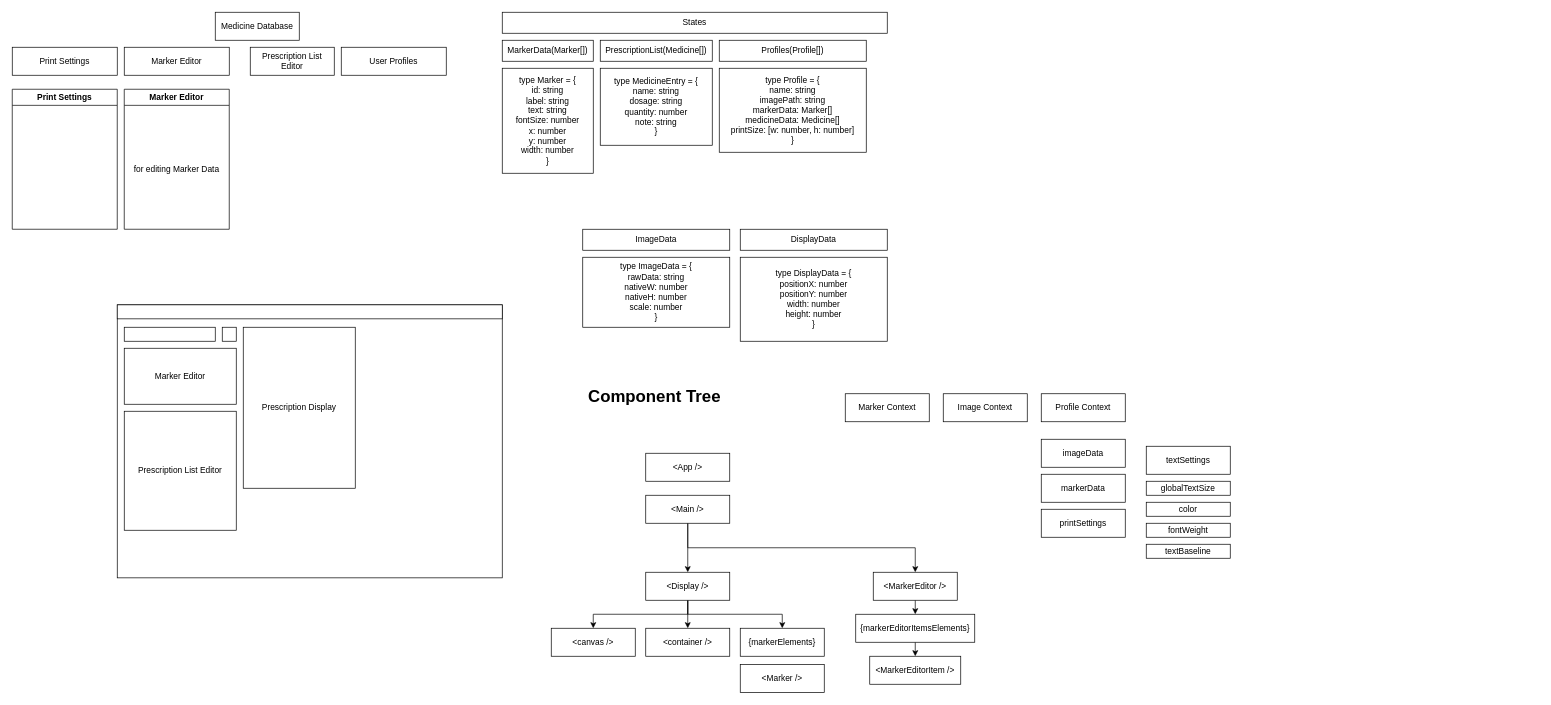
Earlier version of the draw.io diagram page "Structure" (2 of 5) of flowchart.drawio (jogaleon/prescription-writing-react-ts). Source tidied: cells renumbered, new cells numbered last; positions are measured from the earlier drawing's top-left corner, leaving out a move shared by most shapes. Both pictures are drawn from the tidied source at 70%, with x=0, y=0 at pixel (12, 12).
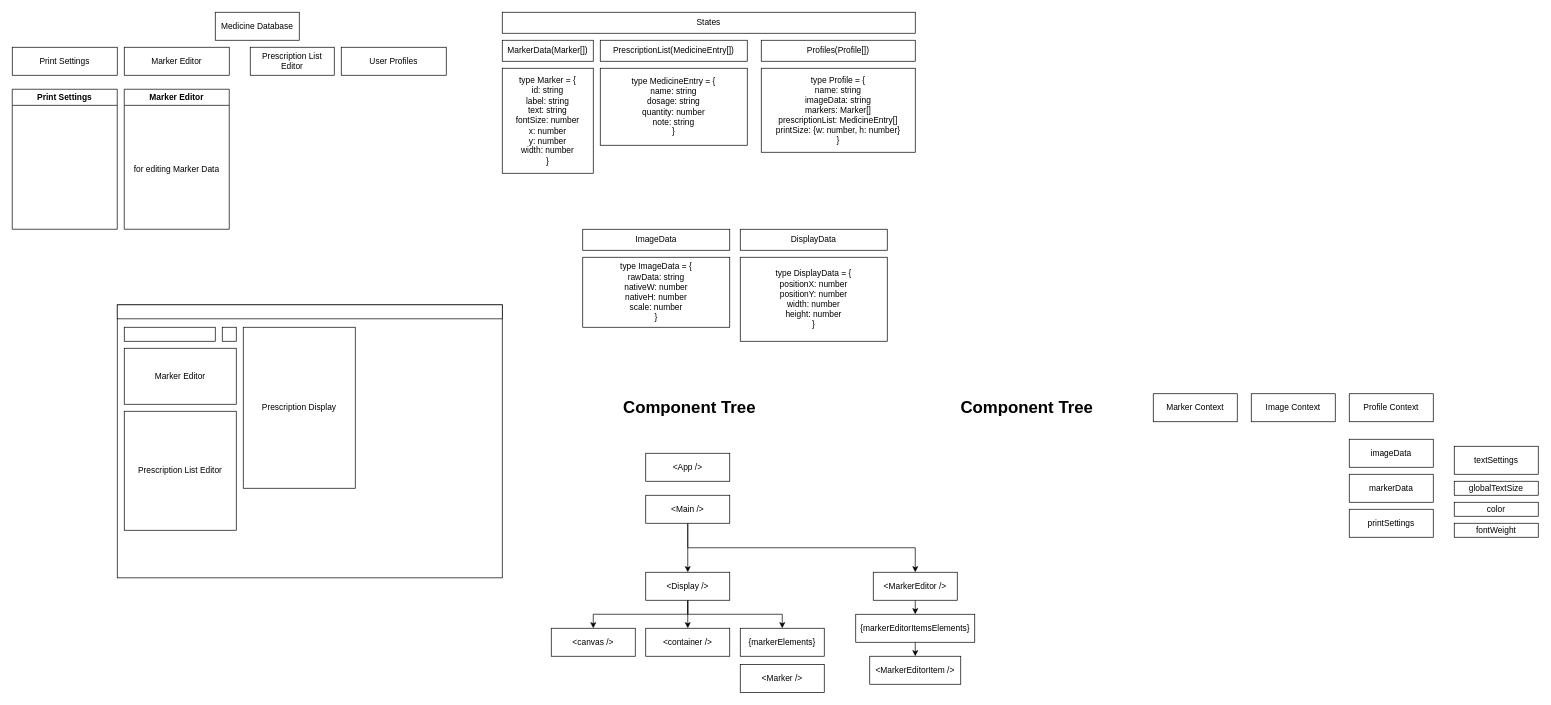
After the change.

Commit message (it also covers changes not shown here):
Initial profile context setup

The edit, as a diff of the source:
```diff
@@
     <mxCell id="3" value="States" style="rounded=0;whiteSpace=wrap;html=1;" parent="1" vertex="1">
-      <mxGeometry x="700" width="550" height="30" as="geometry" />
+      <mxGeometry x="700" width="590" height="30" as="geometry" />
     </mxCell>
@@
-    <mxCell id="8" value="PrescriptionList(Medicine[])" style="rounded=0;whiteSpace=wrap;html=1;" parent="1" vertex="1">
-      <mxGeometry x="840" y="40" width="160" height="30" as="geometry" />
+    <mxCell id="8" value="PrescriptionList(MedicineEntry[])" style="rounded=0;whiteSpace=wrap;html=1;" parent="1" vertex="1">
+      <mxGeometry x="840" y="40" width="210" height="30" as="geometry" />
     </mxCell>
     <mxCell id="9" value="type MedicineEntry = {&lt;br&gt;name: string&lt;br&gt;dosage: string&lt;br&gt;quantity: number&lt;br&gt;note: string&lt;br&gt;}" style="rounded=0;whiteSpace=wrap;html=1;" parent="1" vertex="1">
-      <mxGeometry x="840" y="80" width="160" height="110" as="geometry" />
+      <mxGeometry x="840" y="80" width="210" height="110" as="geometry" />
     </mxCell>
@@
-    <mxCell id="12" value="type Profile = {&lt;br&gt;name: string&lt;br&gt;imagePath: string&lt;br&gt;markerData: Marker[]&lt;br&gt;medicineData: Medicine[]&lt;br&gt;printSize: [w: number, h: number]&lt;br&gt;}" style="rounded=0;whiteSpace=wrap;html=1;" parent="1" vertex="1">
-      <mxGeometry x="1010" y="80" width="210" height="120" as="geometry" />
+    <mxCell id="12" value="type Profile = {&lt;br&gt;name: string&lt;br&gt;imageData: string&lt;br&gt;markers: Marker[]&lt;br&gt;prescriptionList: MedicineEntry[]&lt;br&gt;printSize: {w: number, h: number}&lt;br&gt;}" style="rounded=0;whiteSpace=wrap;html=1;" parent="1" vertex="1">
+      <mxGeometry x="1070" y="80" width="220" height="120" as="geometry" />
     </mxCell>
@@
     <mxCell id="14" value="Profiles(Profile[])" style="rounded=0;whiteSpace=wrap;html=1;" parent="1" vertex="1">
-      <mxGeometry x="1010" y="40" width="210" height="30" as="geometry" />
+      <mxGeometry x="1070" y="40" width="220" height="30" as="geometry" />
     </mxCell>
@@
     <mxCell id="28" value="&lt;h1&gt;Component Tree&lt;/h1&gt;" style="text;html=1;strokeColor=none;fillColor=none;spacing=5;spacingTop=-20;whiteSpace=wrap;overflow=hidden;rounded=0;" parent="1" vertex="1">
-      <mxGeometry x="817.5" y="530" width="315" height="120" as="geometry" />
+      <mxGeometry x="867.5" y="545" width="202.5" height="40" as="geometry" />
     </mxCell>
@@
     <mxCell id="46" value="Marker Context" style="rounded=0;whiteSpace=wrap;html=1;" parent="1" vertex="1">
-      <mxGeometry x="1190" y="545" width="120" height="40" as="geometry" />
+      <mxGeometry x="1630" y="545" width="120" height="40" as="geometry" />
     </mxCell>
     <mxCell id="47" value="Image Context" style="rounded=0;whiteSpace=wrap;html=1;" parent="1" vertex="1">
-      <mxGeometry x="1330" y="545" width="120" height="40" as="geometry" />
+      <mxGeometry x="1770" y="545" width="120" height="40" as="geometry" />
     </mxCell>
     <mxCell id="48" value="Profile Context" style="rounded=0;whiteSpace=wrap;html=1;" parent="1" vertex="1">
-      <mxGeometry x="1470" y="545" width="120" height="40" as="geometry" />
+      <mxGeometry x="1910" y="545" width="120" height="40" as="geometry" />
     </mxCell>
     <mxCell id="49" value="imageData" style="rounded=0;whiteSpace=wrap;html=1;" parent="1" vertex="1">
-      <mxGeometry x="1470" y="610" width="120" height="40" as="geometry" />
+      <mxGeometry x="1910" y="610" width="120" height="40" as="geometry" />
     </mxCell>
     <mxCell id="50" value="markerData" style="rounded=0;whiteSpace=wrap;html=1;" parent="1" vertex="1">
-      <mxGeometry x="1470" y="660" width="120" height="40" as="geometry" />
+      <mxGeometry x="1910" y="660" width="120" height="40" as="geometry" />
     </mxCell>
     <mxCell id="51" value="textSettings" style="rounded=0;whiteSpace=wrap;html=1;" parent="1" vertex="1">
-      <mxGeometry x="1620" y="620" width="120" height="40" as="geometry" />
+      <mxGeometry x="2060" y="620" width="120" height="40" as="geometry" />
     </mxCell>
     <mxCell id="52" value="printSettings" style="rounded=0;whiteSpace=wrap;html=1;" parent="1" vertex="1">
-      <mxGeometry x="1470" y="710" width="120" height="40" as="geometry" />
+      <mxGeometry x="1910" y="710" width="120" height="40" as="geometry" />
     </mxCell>
-    <mxCell id="53" value="textBaseline" style="rounded=0;whiteSpace=wrap;html=1;" parent="1" vertex="1">
-      <mxGeometry x="1620" y="760" width="120" height="20" as="geometry" />
-    </mxCell>
     <mxCell id="54" value="globalTextSize" style="rounded=0;whiteSpace=wrap;html=1;" parent="1" vertex="1">
-      <mxGeometry x="1620" y="670" width="120" height="20" as="geometry" />
+      <mxGeometry x="2060" y="670" width="120" height="20" as="geometry" />
     </mxCell>
     <mxCell id="55" value="color" style="rounded=0;whiteSpace=wrap;html=1;" parent="1" vertex="1">
-      <mxGeometry x="1620" y="700" width="120" height="20" as="geometry" />
+      <mxGeometry x="2060" y="700" width="120" height="20" as="geometry" />
     </mxCell>
     <mxCell id="56" value="fontWeight" style="rounded=0;whiteSpace=wrap;html=1;" parent="1" vertex="1">
-      <mxGeometry x="1620" y="730" width="120" height="20" as="geometry" />
+      <mxGeometry x="2060" y="730" width="120" height="20" as="geometry" />
     </mxCell>
+    <mxCell id="57" value="&lt;h1&gt;Component Tree&lt;/h1&gt;" style="text;html=1;strokeColor=none;fillColor=none;spacing=5;spacingTop=-20;whiteSpace=wrap;overflow=hidden;rounded=0;" parent="1" vertex="1">
+      <mxGeometry x="1350" y="545" width="202.5" height="40" as="geometry" />
+    </mxCell>
```
